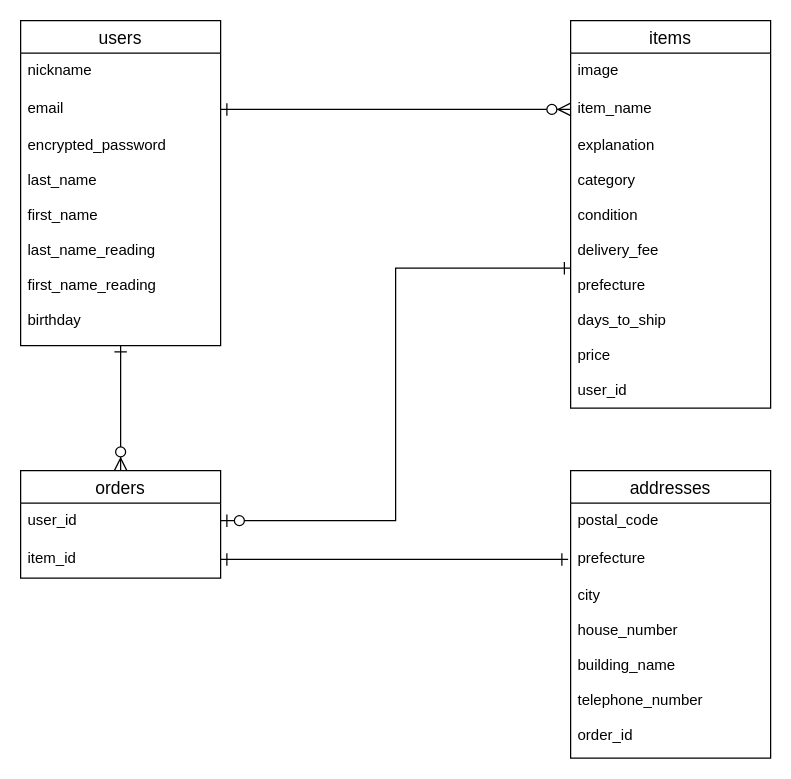
Above: ER.dio in wakame-se/furima-36212 (draw.io), before the change. Source tidied: cells renumbered, new cells numbered last; positions are measured from the earlier drawing's top-left corner, leaving out a move shared by most shapes. Both pictures are drawn from the tidied source at 125%, with x=0, y=0 at pixel (20, 20).
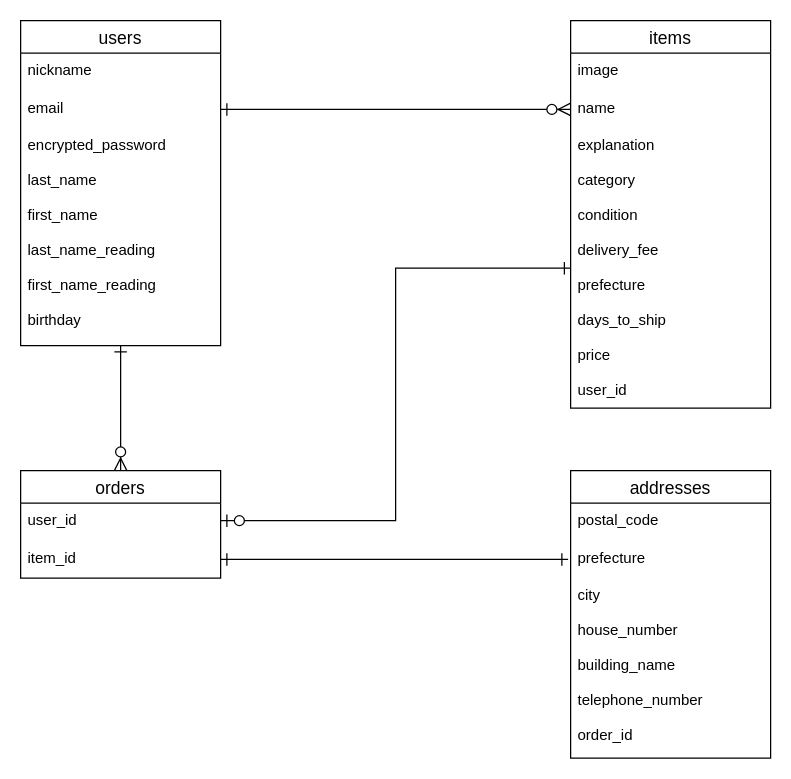
After the change.

Commit message (it also covers changes not shown here):
first_commitの修正（任意実装）

The change refers to these unchanged cells:
```xml
<mxCell id="7" value="items" style="swimlane;fontStyle=0;horizontal=1;startSize=26;align=center;fontSize=14;" parent="1" vertex="1">
  <mxGeometry x="440" width="160" height="310" as="geometry" />
</mxCell>
```

Diff of the diagram source:
```diff
@@
-    <mxCell id="9" value="item_name" style="text;strokeColor=none;fillColor=none;spacingLeft=4;spacingRight=4;overflow=hidden;points=[[0,0.5],[1,0.5]];portConstraint=eastwest;fontSize=12;" parent="7" vertex="1">
+    <mxCell id="9" value="name" style="text;strokeColor=none;fillColor=none;spacingLeft=4;spacingRight=4;overflow=hidden;points=[[0,0.5],[1,0.5]];portConstraint=eastwest;fontSize=12;" parent="7" vertex="1">
       <mxGeometry y="56" width="160" height="30" as="geometry" />
     </mxCell>
```
